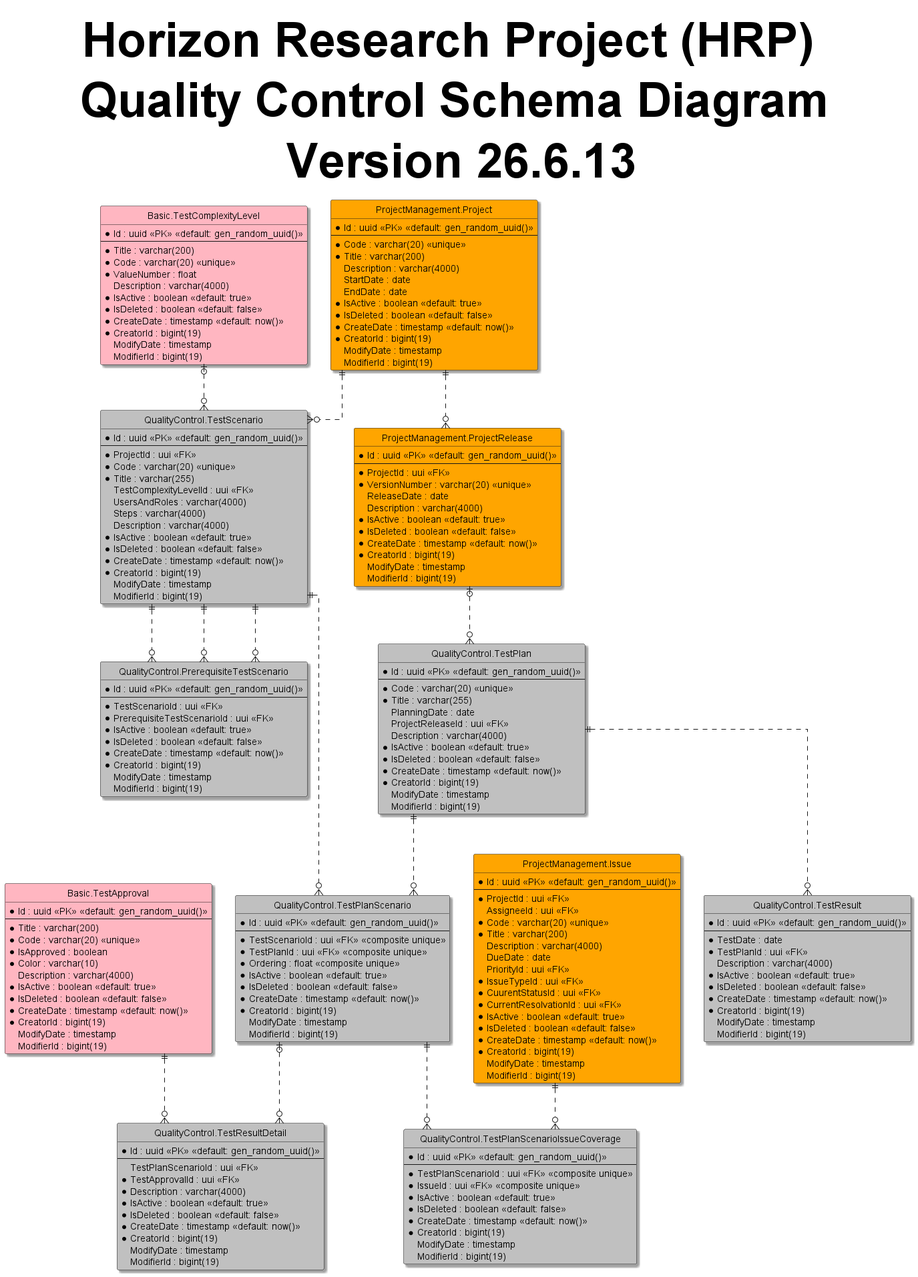
shadowfox1984/Horizon keeps this PlantUML diagram as 2-HorizonModeling/2.3-HorizonUml/out/ERD/Schemas/QualityControlSchemaDiagram.png. Above is the earlier version.
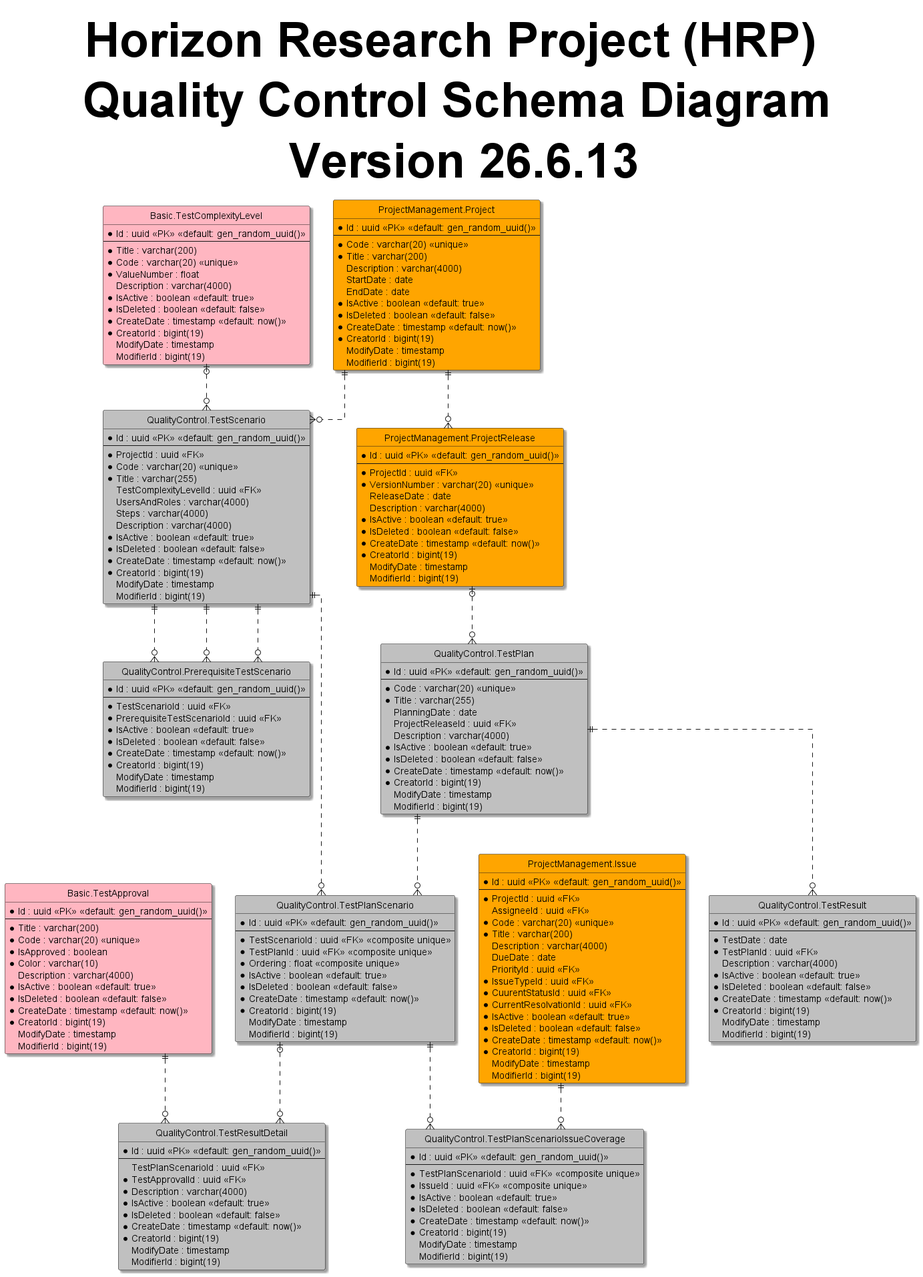
After the change.

The edit, as a diff of the source:
```diff
@@ -57,7 +57,7 @@
 entity "ProjectManagement.ProjectRelease" as release #Orange{
   *Id : uuid <<PK>> <<default: gen_random_uuid()>>
   --
-  *ProjectId : uui <<FK>>
+  *ProjectId : uuid <<FK>>
   *VersionNumber : varchar(20) <<unique>>
   ReleaseDate : date
   Description : varchar(4000)
@@ -72,16 +72,16 @@
 entity "ProjectManagement.Issue" as issue #Orange{
   *Id : uuid <<PK>> <<default: gen_random_uuid()>>
   --
-  *ProjectId : uui <<FK>>
-  AssigneeId : uui <<FK>>
+  *ProjectId : uuid <<FK>>
+  AssigneeId : uuid <<FK>>
   *Code : varchar(20) <<unique>>
   *Title : varchar(200)
   Description : varchar(4000)
   DueDate : date
-  PriorityId : uui <<FK>>
-  *IssueTypeId : uui <<FK>>
-  *CuurentStatusId : uui <<FK>>
-  *CurrentResolvationId : uui <<FK>>
+  PriorityId : uuid <<FK>>
+  *IssueTypeId : uuid <<FK>>
+  *CuurentStatusId : uuid <<FK>>
+  *CurrentResolvationId : uuid <<FK>>
   *IsActive : boolean <<default: true>>
   *IsDeleted : boolean <<default: false>>
   *CreateDate : timestamp <<default: now()>>
@@ -93,10 +93,10 @@
 entity "QualityControl.TestScenario" as testScenario #Silver{
   *Id : uuid <<PK>> <<default: gen_random_uuid()>>
   --
-  *ProjectId : uui <<FK>>
+  *ProjectId : uuid <<FK>>
   *Code : varchar(20) <<unique>>
   *Title : varchar(255)
-  TestComplexityLevelId : uui <<FK>>
+  TestComplexityLevelId : uuid <<FK>>
   UsersAndRoles : varchar(4000)
   Steps : varchar(4000)
   Description : varchar(4000)
@@ -111,8 +111,8 @@
 entity "QualityControl.PrerequisiteTestScenario" as prerequisiteTestScenario #Silver{
   *Id : uuid <<PK>> <<default: gen_random_uuid()>>
   --
-  *TestScenarioId : uui <<FK>>
-  *PrerequisiteTestScenarioId : uui <<FK>>
+  *TestScenarioId : uuid <<FK>>
+  *PrerequisiteTestScenarioId : uuid <<FK>>
   *IsActive : boolean <<default: true>>
   *IsDeleted : boolean <<default: false>>
   *CreateDate : timestamp <<default: now()>>
@@ -127,7 +127,7 @@
   *Code : varchar(20) <<unique>>
   *Title : varchar(255)
   PlanningDate : date
-  ProjectReleaseId : uui <<FK>>
+  ProjectReleaseId : uuid <<FK>>
   Description : varchar(4000)
   *IsActive : boolean <<default: true>>
   *IsDeleted : boolean <<default: false>>
@@ -140,8 +140,8 @@
 entity "QualityControl.TestPlanScenario" as testPlanScenario #Silver{
   *Id : uuid <<PK>> <<default: gen_random_uuid()>>
   --
-  *TestScenarioId : uui <<FK>> <<composite unique>>
-  *TestPlanId : uui <<FK>> <<composite unique>>
+  *TestScenarioId : uuid <<FK>> <<composite unique>>
+  *TestPlanId : uuid <<FK>> <<composite unique>>
   *Ordering : float <<composite unique>>
   *IsActive : boolean <<default: true>>
   *IsDeleted : boolean <<default: false>>
@@ -154,8 +154,8 @@
 entity "QualityControl.TestPlanScenarioIssueCoverage" as testPlanScenarioIssueCoverage #Silver{
   *Id : uuid <<PK>> <<default: gen_random_uuid()>>
   --
-  *TestPlanScenarioId : uui <<FK>> <<composite unique>>
-  *IssueId : uui <<FK>> <<composite unique>>
+  *TestPlanScenarioId : uuid <<FK>> <<composite unique>>
+  *IssueId : uuid <<FK>> <<composite unique>>
   *IsActive : boolean <<default: true>>
   *IsDeleted : boolean <<default: false>>
   *CreateDate : timestamp <<default: now()>>
@@ -168,7 +168,7 @@
   *Id : uuid <<PK>> <<default: gen_random_uuid()>>
   --
   *TestDate : date
-  *TestPlanId : uui <<FK>>
+  *TestPlanId : uuid <<FK>>
   Description : varchar(4000)
   *IsActive : boolean <<default: true>>
   *IsDeleted : boolean <<default: false>>
@@ -181,8 +181,8 @@
 entity "QualityControl.TestResultDetail" as testResultDetail #Silver{
   *Id : uuid <<PK>> <<default: gen_random_uuid()>>
   --
-  TestPlanScenarioId : uui <<FK>>
-  *TestApprovalId : uui <<FK>>
+  TestPlanScenarioId : uuid <<FK>>
+  *TestApprovalId : uuid <<FK>>
   *Description : varchar(4000)
   *IsActive : boolean <<default: true>>
   *IsDeleted : boolean <<default: false>>
```
